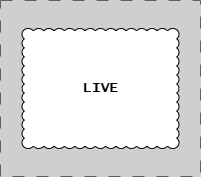
The draw.io diagram docs/assets/branching/legend-live.drawio.png in ready-to-release/eac, before a commit. Source tidied: cells renumbered, new cells last; positions are measured from the earlier drawing's top-left corner, leaving out a move shared by most shapes. Its diagram source:
```xml
<mxGraphModel background="#CFCFCF">
  <root>
    <mxCell id="0" />
    <mxCell id="1" parent="0" />
    <mxCell id="2" style="group;strokeColor=#616161;dashed=1;dashPattern=12 12;" parent="1" vertex="1">
      <mxGeometry width="200" height="176" as="geometry" />
    </mxCell>
    <mxCell id="3" value="LIVE" style="whiteSpace=wrap;html=1;shape=mxgraph.basic.cloud_rect;fontFamily=Lucida Console;fontStyle=1;fontSize=14;" parent="1" vertex="1">
      <mxGeometry x="21.5" y="28" width="157" height="120" as="geometry" />
    </mxCell>
  </root>
</mxGraphModel>
```
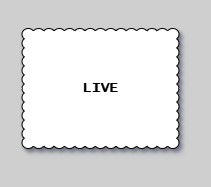
The same file after the commit.

What changed in the source:
```diff
@@ -1,11 +1,11 @@
-<mxGraphModel background="#CFCFCF">
+<mxGraphModel background="#CFCFCF" shadow="1">
   <root>
     <mxCell id="0" />
     <mxCell id="1" parent="0" />
-    <mxCell id="2" style="group;strokeColor=#616161;dashed=1;dashPattern=12 12;" parent="1" vertex="1">
+    <mxCell id="2" style="group;strokeColor=none;dashed=1;dashPattern=12 12;" parent="1" vertex="1">
       <mxGeometry width="200" height="176" as="geometry" />
     </mxCell>
-    <mxCell id="3" value="LIVE" style="whiteSpace=wrap;html=1;shape=mxgraph.basic.cloud_rect;fontFamily=Lucida Console;fontStyle=1;fontSize=14;" parent="1" vertex="1">
+    <mxCell id="3" value="LIVE" style="whiteSpace=wrap;html=1;shape=mxgraph.basic.cloud_rect;fontFamily=Lucida Console;fontStyle=1;fontSize=14;shadow=1;" parent="1" vertex="1">
       <mxGeometry x="21.5" y="28" width="157" height="120" as="geometry" />
     </mxCell>
   </root>
```
